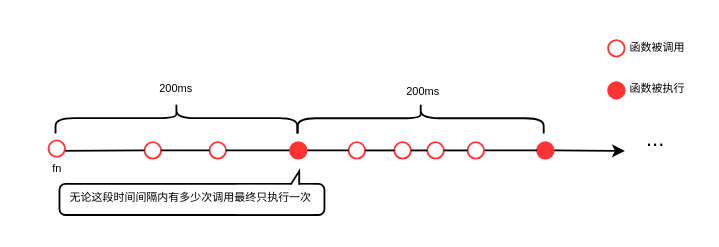
Earlier version of the draw.io diagram throttle.drawio (lolimay/cdn). Source tidied: cells renumbered, new cells numbered last; positions are measured from the earlier drawing's top-left corner, leaving out a move shared by most shapes. Both pictures are drawn from the tidied source at 183%, with x=0, y=0 at pixel (31, -5).
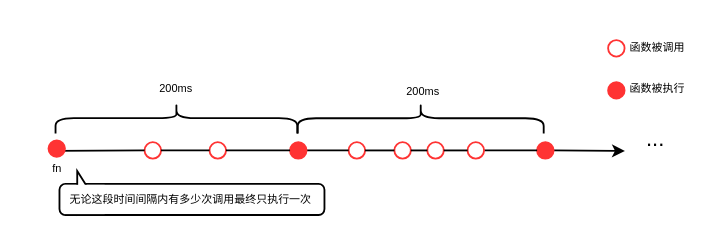
Above is the later version.

Unchanged cells that the change refers to:
```xml
<mxCell id="15" style="group;" parent="1" vertex="1">
  <mxGeometry x="36" y="93" width="123.8" height="27" as="geometry" />
</mxCell>
<mxCell id="21" style="ellipse;whiteSpace=wrap;html=1;gradientDirection=east;strokeColor=#FF3333;" parent="1" vertex="1">
  <mxGeometry x="97" y="80.2" width="9" height="9" as="geometry" />
</mxCell>
<mxCell id="23" style="ellipse;whiteSpace=wrap;html=1;gradientDirection=east;strokeColor=#FF3333;" parent="1" vertex="1">
  <mxGeometry x="173" y="80.2" width="9" height="9" as="geometry" />
</mxCell>
```

Diff of the diagram source:
```diff
@@
-    <mxCell id="13" style="ellipse;whiteSpace=wrap;html=1;gradientDirection=east;strokeColor=#FF3333;" parent="1" vertex="1">
+    <mxCell id="13" style="ellipse;whiteSpace=wrap;html=1;gradientDirection=east;strokeColor=#FF3333;fillColor=#FF3333;" parent="1" vertex="1">
       <mxGeometry x="9" y="79.2" width="9" height="9" as="geometry" />
     </mxCell>
@@
-    <mxCell id="16" style="rounded=1;whiteSpace=wrap;html=1;shadow=0;sketch=0;fillColor=#FFFFFF;gradientColor=none;align=center;arcSize=19;" parent="15" vertex="1">
+    <mxCell id="16" style="rounded=1;whiteSpace=wrap;html=1;shadow=0;sketch=0;fillColor=#FFFFFF;gradientColor=none;align=center;arcSize=19;direction=west;" parent="15" vertex="1">
       <mxGeometry x="-21" y="10" width="144.8" height="17" as="geometry" />
     </mxCell>
-    <mxCell id="17" style="triangle;whiteSpace=wrap;html=1;rounded=0;shadow=0;sketch=0;strokeColor=#000000;fillColor=#FFFFFF;gradientColor=none;direction=west;" parent="15" vertex="1">
-      <mxGeometry x="102.7" y="3" width="7.3" height="23" as="geometry" />
+    <mxCell id="17" style="triangle;whiteSpace=wrap;html=1;rounded=0;shadow=0;sketch=0;strokeColor=#000000;fillColor=#FFFFFF;gradientColor=none;direction=east;" parent="15" vertex="1">
+      <mxGeometry x="-11.3" y="3" width="7.3" height="23" as="geometry" />
     </mxCell>
-    <mxCell id="18" style="rounded=0;whiteSpace=wrap;html=1;shadow=0;sketch=0;fillColor=#FFFFFF;gradientColor=none;strokeColor=#FFFFFF;" parent="15" vertex="1">
-      <mxGeometry x="76.3" y="11" width="41" height="15" as="geometry" />
+    <mxCell id="18" style="rounded=0;whiteSpace=wrap;html=1;shadow=0;sketch=0;fillColor=#FFFFFF;gradientColor=none;strokeColor=#FFFFFF;direction=west;" parent="15" vertex="1">
+      <mxGeometry x="-18" y="11" width="21.2" height="15" as="geometry" />
     </mxCell>
-    <mxCell id="19" value="&lt;span style=&quot;font-size: 6px&quot;&gt;无论这段时间间隔内有多少次调用最终只执行一次&lt;/span&gt;" style="text;html=1;strokeColor=none;fillColor=none;align=center;verticalAlign=middle;whiteSpace=wrap;rounded=0;shadow=0;sketch=0;" parent="15" vertex="1">
-      <mxGeometry x="-18" y="6" width="138.2" height="20" as="geometry" />
+    <mxCell id="19" value="&lt;span style=&quot;font-size: 6px&quot;&gt;无论这段时间间隔内有多少次调用最终只执行一次&lt;/span&gt;" style="text;html=1;strokeColor=none;fillColor=none;align=center;verticalAlign=middle;whiteSpace=wrap;rounded=0;shadow=0;sketch=0;direction=west;" parent="15" vertex="1">
+      <mxGeometry x="-18" y="7" width="138.2" height="20" as="geometry" />
     </mxCell>
@@
-    <mxCell id="24" style="endArrow=none;html=1;strokeWidth=1;endSize=4;endFill=0;" parent="1" edge="1" source="21" target="23">
+    <mxCell id="24" style="endArrow=none;html=1;strokeWidth=1;endSize=4;endFill=0;" parent="1" edge="1" source="25" target="23">
       <mxGeometry x="147.5" y="402.5" as="geometry" />
     </mxCell>
-    <mxCell id="25" style="ellipse;whiteSpace=wrap;html=1;gradientDirection=east;strokeColor=#FF3333;fillColor=#FF3333;" parent="1" vertex="1">
-      <mxGeometry x="141" y="80.2" width="9" height="9" as="geometry" />
-    </mxCell>
@@
+    <mxCell id="25" style="ellipse;whiteSpace=wrap;html=1;gradientDirection=east;strokeColor=#FF3333;fillColor=#FF3333;" parent="1" vertex="1">
+      <mxGeometry x="141" y="80.2" width="9" height="9" as="geometry" />
+    </mxCell>
+    <mxCell id="34" style="endArrow=none;html=1;strokeWidth=1;endSize=4;endFill=0;" parent="1" edge="1" source="21" target="25">
+      <mxGeometry x="147.5" y="402.5" as="geometry" />
+    </mxCell>
```
